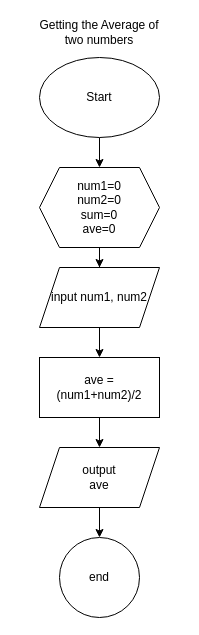
This is trial.drawio from DegomaAMD/DegomaAMD.github.io, a draw.io file, before an edit. Source tidied: cells renumbered, new cells numbered last; positions are measured from the earlier drawing's top-left corner, leaving out a move shared by most shapes. Both pictures are drawn from the tidied source at 100%, with x=0, y=0 at pixel (34, 17).
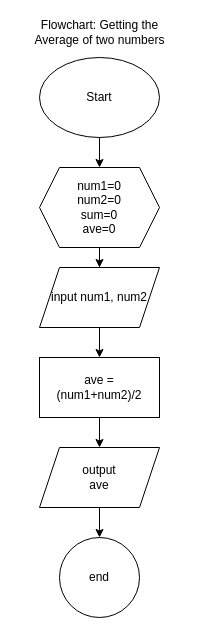
The same page after the edit.

Diff of the diagram source:
```diff
@@
 <mxGraphModel>
   <root>
     <mxCell id="0" />
     <mxCell id="1" parent="0" />
     <mxCell id="2" style="edgeStyle=orthogonalEdgeStyle;rounded=0;jettySize=auto;html=1;" parent="1" edge="1" source="3" target="5">
       <mxGeometry relative="1" as="geometry" />
     </mxCell>
     <mxCell id="3" value="Start" style="ellipse;whiteSpace=wrap;html=1;" parent="1" vertex="1">
       <mxGeometry x="5" y="40" width="120" height="80" as="geometry" />
     </mxCell>
     <mxCell id="4" style="edgeStyle=orthogonalEdgeStyle;rounded=0;jettySize=auto;html=1;" parent="1" edge="1" source="5" target="7">
       <mxGeometry relative="1" as="geometry" />
     </mxCell>
     <mxCell id="5" value="num1=0&lt;br&gt;num2=0&lt;br&gt;sum=0&lt;br&gt;ave=0" style="shape=hexagon;perimeter=hexagonPerimeter2;whiteSpace=wrap;html=1;fixedSize=1;" parent="1" vertex="1">
       <mxGeometry x="5" y="150" width="120" height="80" as="geometry" />
     </mxCell>
     <mxCell id="6" style="edgeStyle=orthogonalEdgeStyle;rounded=0;jettySize=auto;html=1;" parent="1" edge="1" source="7" target="9">
       <mxGeometry relative="1" as="geometry" />
     </mxCell>
     <mxCell id="7" value="input num1, num2" style="shape=parallelogram;perimeter=parallelogramPerimeter;whiteSpace=wrap;html=1;fixedSize=1;" parent="1" vertex="1">
       <mxGeometry x="5" y="250" width="120" height="60" as="geometry" />
     </mxCell>
     <mxCell id="8" style="edgeStyle=orthogonalEdgeStyle;rounded=0;jettySize=auto;html=1;" parent="1" edge="1" source="9" target="11">
       <mxGeometry relative="1" as="geometry" />
     </mxCell>
     <mxCell id="9" value="ave = (num1+num2)/2" style="whiteSpace=wrap;html=1;" parent="1" vertex="1">
       <mxGeometry x="5" y="340" width="120" height="60" as="geometry" />
     </mxCell>
     <mxCell id="10" style="edgeStyle=orthogonalEdgeStyle;rounded=0;jettySize=auto;html=1;" parent="1" edge="1" source="11" target="12">
       <mxGeometry relative="1" as="geometry" />
     </mxCell>
     <mxCell id="11" value="output&lt;br&gt;ave" style="shape=parallelogram;perimeter=parallelogramPerimeter;whiteSpace=wrap;html=1;fixedSize=1;" parent="1" vertex="1">
       <mxGeometry x="5" y="430" width="120" height="60" as="geometry" />
     </mxCell>
     <mxCell id="12" value="end" style="ellipse;whiteSpace=wrap;html=1;" parent="1" vertex="1">
       <mxGeometry x="25" y="520" width="80" height="80" as="geometry" />
     </mxCell>
-    <mxCell id="13" value="Getting the Average of two numbers" style="text;html=1;strokeColor=none;fillColor=none;align=center;verticalAlign=middle;whiteSpace=wrap;rounded=0;" parent="1" vertex="1">
-      <mxGeometry width="130" height="30" as="geometry" />
+    <mxCell id="13" value="Flowchart: Getting the Average of two numbers" style="text;html=1;strokeColor=none;fillColor=none;align=center;verticalAlign=middle;whiteSpace=wrap;rounded=0;" parent="1" vertex="1">
+      <mxGeometry x="-17.5" width="165" height="30" as="geometry" />
     </mxCell>
   </root>
 </mxGraphModel>
```
